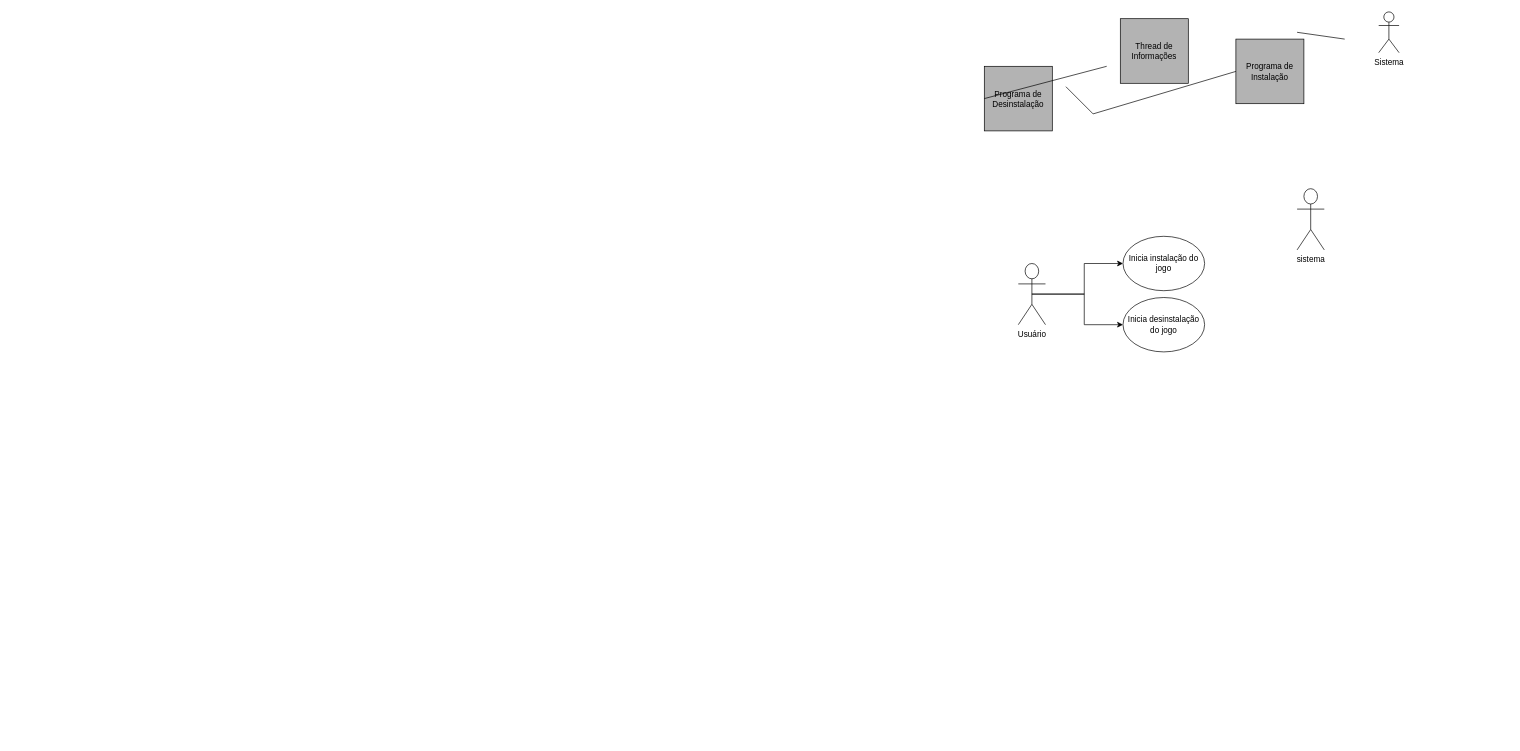
Before: page "Visão de Contexto" (1 of 2) of Descrição da Arquitetura.drawio in renanreyc/EngenhariaDeSoftware, a draw.io diagram. Source tidied: cells renumbered, new cells numbered last; positions are measured from the earlier drawing's top-left corner, leaving out a move shared by most shapes. Both pictures are drawn from the tidied source at 68%, with x=0, y=0 at pixel (984, 12).
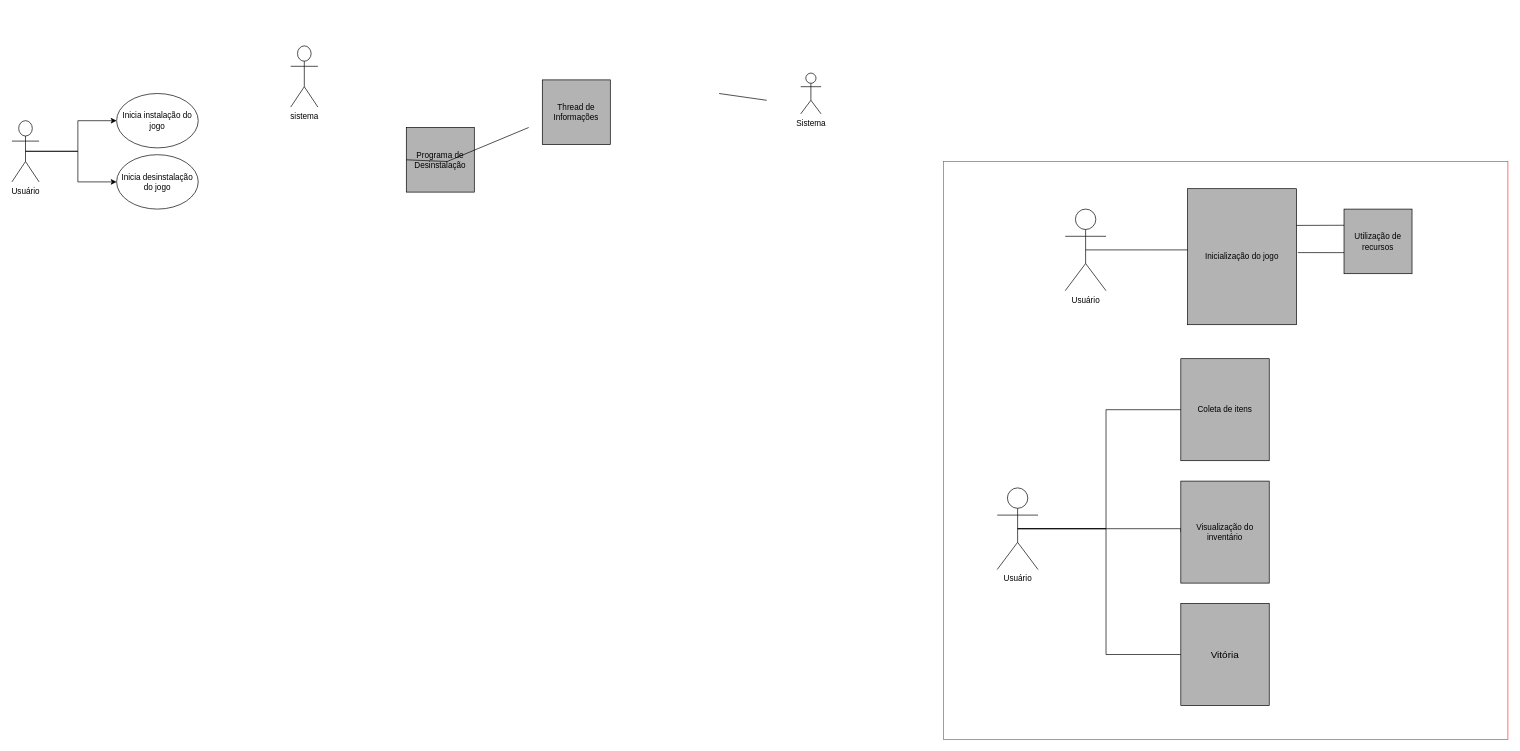
The same page after the edit.

What changed in the source:
```diff
@@
+    <mxCell id="15" style="rounded=0;whiteSpace=wrap;html=1;fillColor=none;strokeColor=#FF3333;verticalAlign=top;" parent="1" vertex="1">
+      <mxGeometry x="-60" y="220" width="830" height="850" as="geometry" />
+    </mxCell>
-    <mxCell id="2" value="&lt;span&gt;Programa de Instalação&lt;/span&gt;" style="rounded=0;whiteSpace=wrap;html=1;fillColor=#B3B3B3;" parent="1" vertex="1">
-      <mxGeometry x="370" y="40" width="100" height="95" as="geometry" />
+    <mxCell id="2" value="&lt;span&gt;Inicialização do jogo&lt;/span&gt;" style="rounded=0;whiteSpace=wrap;html=1;fillColor=#B3B3B3;" parent="1" vertex="1">
+      <mxGeometry x="299" y="260" width="160" height="200" as="geometry" />
     </mxCell>
-    <mxCell id="3" style="endArrow=none;html=1;rounded=0;exitX=0;exitY=0.5;exitDx=0;exitDy=0;" parent="1" edge="1" source="2">
-      <mxGeometry relative="1" as="geometry">
-        <mxPoint x="120" y="110" as="targetPoint" />
-        <Array as="points">
-          <mxPoint x="160" y="150" />
-        </Array>
-      </mxGeometry>
-    </mxCell>
     <mxCell id="4" value="&lt;span&gt;Programa de Desinstalação&lt;/span&gt;" style="rounded=0;whiteSpace=wrap;html=1;fillColor=#B3B3B3;" parent="1" vertex="1">
-      <mxGeometry y="80" width="100" height="95" as="geometry" />
+      <mxGeometry x="-850" y="170" width="100" height="95" as="geometry" />
     </mxCell>
@@
     <mxCell id="7" value="Usuário" style="shape=umlActor;verticalLabelPosition=bottom;verticalAlign=top;html=1;outlineConnect=0;" parent="1" vertex="1">
-      <mxGeometry x="50" y="370" width="40" height="90" as="geometry" />
+      <mxGeometry x="-1430" y="160" width="40" height="90" as="geometry" />
     </mxCell>
     <mxCell id="8" style="endArrow=none;html=1;rounded=0;exitX=0;exitY=0.5;exitDx=0;exitDy=0;" parent="1" edge="1" source="4">
       <mxGeometry relative="1" as="geometry">
-        <mxPoint x="180" y="80" as="targetPoint" />
+        <mxPoint x="-670" y="170" as="targetPoint" />
+        <Array as="points">
+          <mxPoint x="-790" y="220" />
+        </Array>
       </mxGeometry>
     </mxCell>
     <mxCell id="9" value="Thread de Informações" style="rounded=0;whiteSpace=wrap;html=1;fillColor=#B3B3B3;" parent="1" vertex="1">
-      <mxGeometry x="200" y="10" width="100" height="95" as="geometry" />
+      <mxGeometry x="-650" y="100" width="100" height="95" as="geometry" />
     </mxCell>
     <mxCell id="10" value="Sistema" style="shape=umlActor;verticalLabelPosition=bottom;verticalAlign=top;html=1;" parent="1" vertex="1">
-      <mxGeometry x="580" width="30" height="60" as="geometry" />
+      <mxGeometry x="-270" y="90" width="30" height="60" as="geometry" />
     </mxCell>
     <mxCell id="11" style="endArrow=none;html=1;rounded=0;" parent="1" edge="1">
       <mxGeometry relative="1" as="geometry">
-        <mxPoint x="460" y="30" as="sourcePoint" />
-        <mxPoint x="530" y="40" as="targetPoint" />
+        <mxPoint x="-390" y="120" as="sourcePoint" />
+        <mxPoint x="-320" y="130" as="targetPoint" />
       </mxGeometry>
     </mxCell>
     <mxCell id="12" value="Inicia instalação do jogo" style="ellipse;whiteSpace=wrap;html=1;" parent="1" vertex="1">
-      <mxGeometry x="204" y="330" width="120" height="80" as="geometry" />
+      <mxGeometry x="-1276" y="120" width="120" height="80" as="geometry" />
     </mxCell>
     <mxCell id="13" value="Inicia desinstalação do jogo" style="ellipse;whiteSpace=wrap;html=1;" parent="1" vertex="1">
-      <mxGeometry x="204" y="420" width="120" height="80" as="geometry" />
+      <mxGeometry x="-1276" y="210" width="120" height="80" as="geometry" />
     </mxCell>
     <mxCell id="14" value="sistema" style="shape=umlActor;verticalLabelPosition=bottom;verticalAlign=top;html=1;" parent="1" vertex="1">
-      <mxGeometry x="460" y="260" width="40" height="90" as="geometry" />
+      <mxGeometry x="-1020" y="50" width="40" height="90" as="geometry" />
     </mxCell>
+    <mxCell id="16" style="edgeStyle=orthogonalEdgeStyle;rounded=0;jettySize=auto;html=1;endArrow=none;endFill=0;exitX=0.5;exitY=0.5;exitDx=0;exitDy=0;exitPerimeter=0;" parent="1" edge="1" source="17">
+      <mxGeometry relative="1" as="geometry">
+        <mxPoint x="299" y="350" as="targetPoint" />
+      </mxGeometry>
+    </mxCell>
+    <mxCell id="17" value="Usuário" style="shape=umlActor;verticalLabelPosition=bottom;verticalAlign=top;html=1;outlineConnect=0;" parent="1" vertex="1">
+      <mxGeometry x="119" y="290" width="60" height="120" as="geometry" />
+    </mxCell>
+    <mxCell id="18" value="Utilização de recursos" style="rounded=0;whiteSpace=wrap;html=1;fillColor=#B3B3B3;" parent="1" vertex="1">
+      <mxGeometry x="529" y="290" width="100" height="95" as="geometry" />
+    </mxCell>
+    <mxCell id="19" style="endArrow=none;html=1;rounded=0;exitX=0;exitY=0.25;exitDx=0;exitDy=0;" parent="1" edge="1" source="18">
+      <mxGeometry relative="1" as="geometry">
+        <mxPoint x="459" y="314" as="targetPoint" />
+      </mxGeometry>
+    </mxCell>
+    <mxCell id="20" style="endArrow=none;html=1;rounded=0;exitX=0;exitY=0.674;exitDx=0;exitDy=0;exitPerimeter=0;entryX=1.013;entryY=0.47;entryDx=0;entryDy=0;entryPerimeter=0;" parent="1" edge="1" source="18" target="2">
+      <mxGeometry relative="1" as="geometry" />
+    </mxCell>
+    <mxCell id="21" value="Usuário" style="shape=umlActor;verticalLabelPosition=bottom;verticalAlign=top;html=1;outlineConnect=0;" parent="1" vertex="1">
+      <mxGeometry x="19" y="700" width="60" height="120" as="geometry" />
+    </mxCell>
+    <mxCell id="22" style="edgeStyle=orthogonalEdgeStyle;rounded=0;jettySize=auto;html=1;exitX=0;exitY=0.5;exitDx=0;exitDy=0;endArrow=none;endFill=0;entryX=0.5;entryY=0.5;entryDx=0;entryDy=0;entryPerimeter=0;" parent="1" edge="1" source="23" target="21">
+      <mxGeometry relative="1" as="geometry">
+        <Array as="points">
+          <mxPoint x="179" y="585" />
+          <mxPoint x="179" y="760" />
+        </Array>
+      </mxGeometry>
+    </mxCell>
+    <mxCell id="23" value="Coleta de itens" style="rounded=0;whiteSpace=wrap;html=1;fillColor=#B3B3B3;" parent="1" vertex="1">
+      <mxGeometry x="289" y="510" width="130" height="150" as="geometry" />
+    </mxCell>
+    <mxCell id="24" style="edgeStyle=orthogonalEdgeStyle;rounded=0;jettySize=auto;html=1;exitX=0;exitY=0.5;exitDx=0;exitDy=0;endArrow=none;endFill=0;entryX=0.5;entryY=0.5;entryDx=0;entryDy=0;entryPerimeter=0;" parent="1" edge="1" source="25" target="21">
+      <mxGeometry relative="1" as="geometry">
+        <Array as="points">
+          <mxPoint x="289" y="760" />
+        </Array>
+      </mxGeometry>
+    </mxCell>
+    <mxCell id="25" value="Visualização do inventário" style="rounded=0;whiteSpace=wrap;html=1;fillColor=#B3B3B3;" parent="1" vertex="1">
+      <mxGeometry x="289" y="690" width="130" height="150" as="geometry" />
+    </mxCell>
+    <mxCell id="26" style="edgeStyle=orthogonalEdgeStyle;rounded=0;jettySize=auto;html=1;exitX=0;exitY=0.5;exitDx=0;exitDy=0;entryX=0.5;entryY=0.5;entryDx=0;entryDy=0;entryPerimeter=0;endArrow=none;endFill=0;" parent="1" edge="1" source="27" target="21">
+      <mxGeometry relative="1" as="geometry">
+        <Array as="points">
+          <mxPoint x="179" y="945" />
+          <mxPoint x="179" y="760" />
+        </Array>
+      </mxGeometry>
+    </mxCell>
+    <mxCell id="27" value="&lt;span id=&quot;docs-internal-guid-4b4b714c-7fff-3087-e5b9-a24f56cd1d25&quot;&gt;&lt;span style=&quot;font-size: 11pt ; font-family: &amp;#34;arial&amp;#34; ; background-color: transparent ; vertical-align: baseline&quot;&gt;Vitória&lt;/span&gt;&lt;/span&gt;" style="rounded=0;whiteSpace=wrap;html=1;fillColor=#B3B3B3;" parent="1" vertex="1">
+      <mxGeometry x="289" y="870" width="130" height="150" as="geometry" />
+    </mxCell>
```
